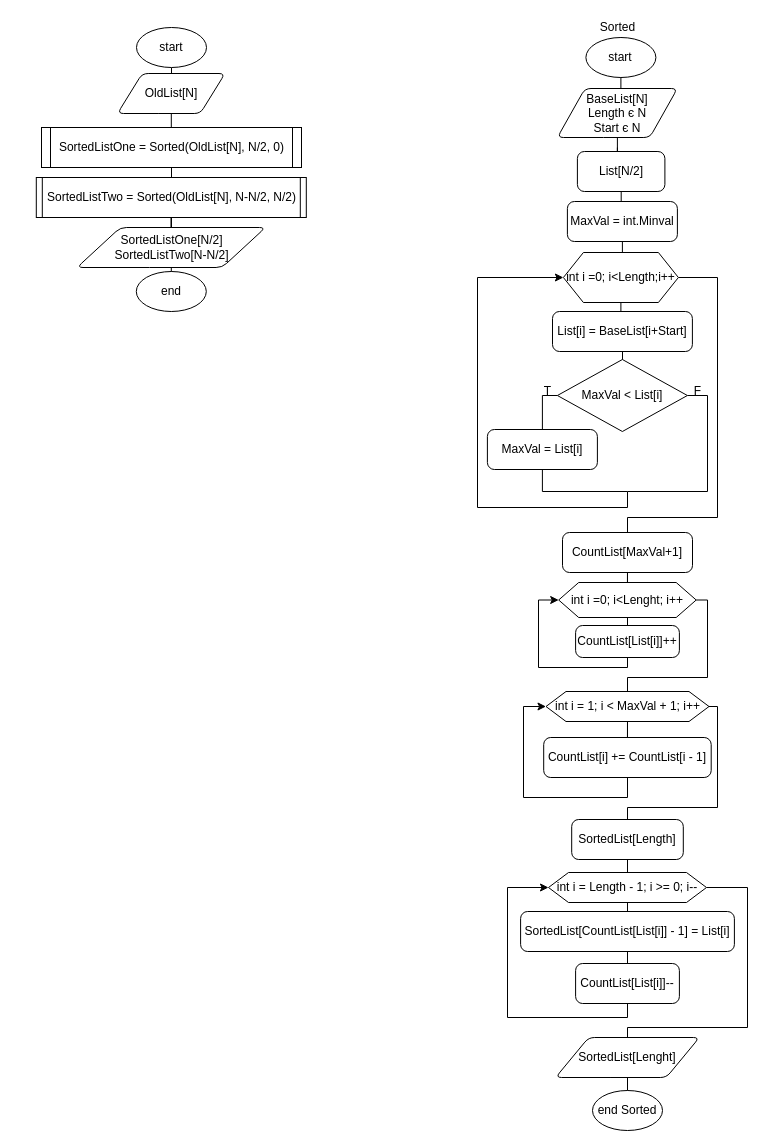
Earlier version of the draw.io diagram Lab5/Блок-Схема.drawio (allmallino/ads-zavarzin-kp12). Source tidied: cells renumbered, new cells numbered last; positions are measured from the earlier drawing's top-left corner, leaving out a move shared by most shapes. Both pictures are drawn from the tidied source at 100%, with x=0, y=0 at pixel (36, 17).
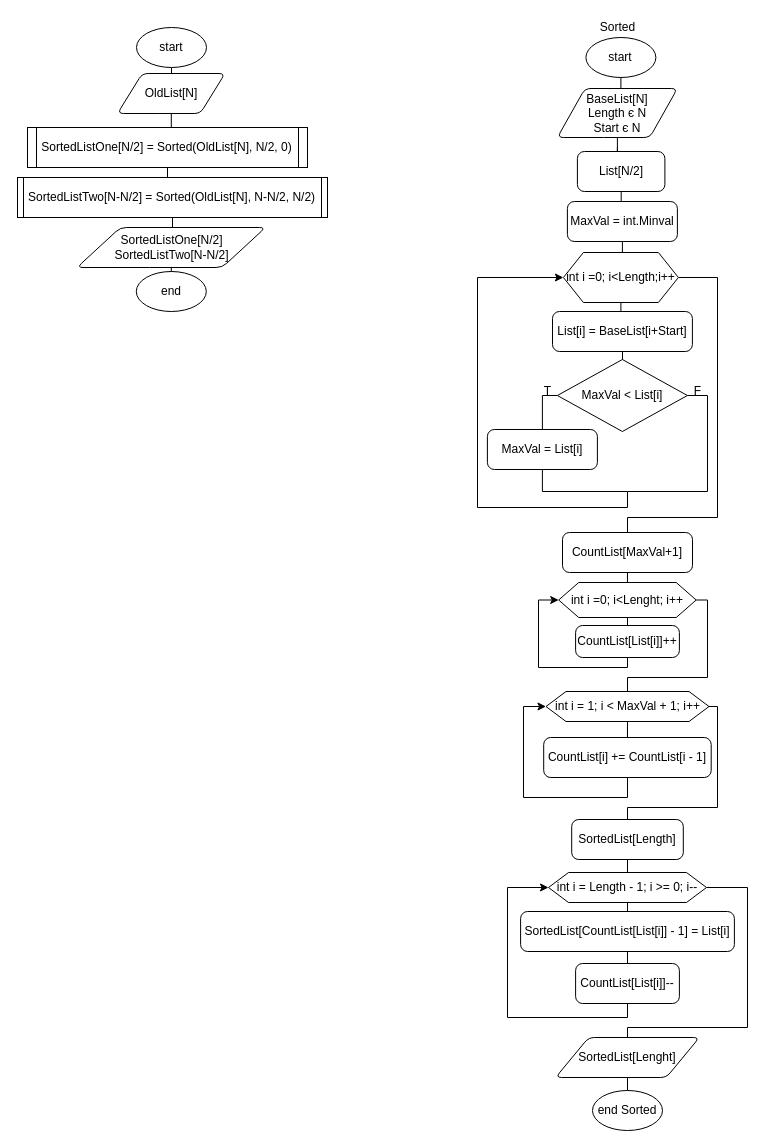
After the change.

Diff of the diagram source:
```diff
@@
-    <mxCell id="7" value="SortedListOne = Sorted(OldList[N], N/2, 0)" style="shape=process;whiteSpace=wrap;html=1;backgroundOutline=1;size=0.03333333333333295;" parent="1" vertex="1">
-      <mxGeometry x="5" y="110" width="260" height="40" as="geometry" />
+    <mxCell id="7" value="SortedListOne[N/2] = Sorted(OldList[N], N/2, 0)" style="shape=process;whiteSpace=wrap;html=1;backgroundOutline=1;size=0.03333333333333295;" parent="1" vertex="1">
+      <mxGeometry x="-9" y="110" width="280" height="40" as="geometry" />
     </mxCell>
@@
-    <mxCell id="54" value="SortedListTwo = Sorted(OldList[N], N-N/2, N/2)" style="shape=process;whiteSpace=wrap;html=1;backgroundOutline=1;size=0.02040816326530612;" parent="1" vertex="1">
-      <mxGeometry x="-0.2" y="160" width="270" height="40" as="geometry" />
+    <mxCell id="54" value="SortedListTwo[N-N/2] = Sorted(OldList[N], N-N/2, N/2)" style="shape=process;whiteSpace=wrap;html=1;backgroundOutline=1;size=0.02040816326530612;" parent="1" vertex="1">
+      <mxGeometry x="-19" y="160" width="310" height="40" as="geometry" />
     </mxCell>
```
